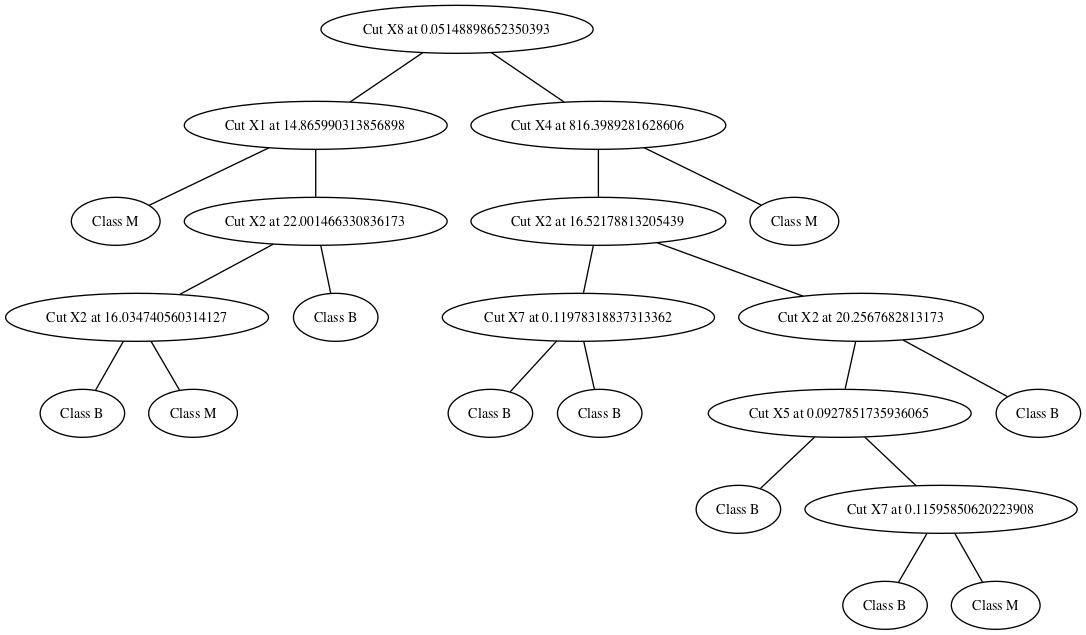
Before: tree.gv.png, a diagram exported from Graphviz (realTaiYang/decision_tree). Its source is kept beside it as tree.gv.
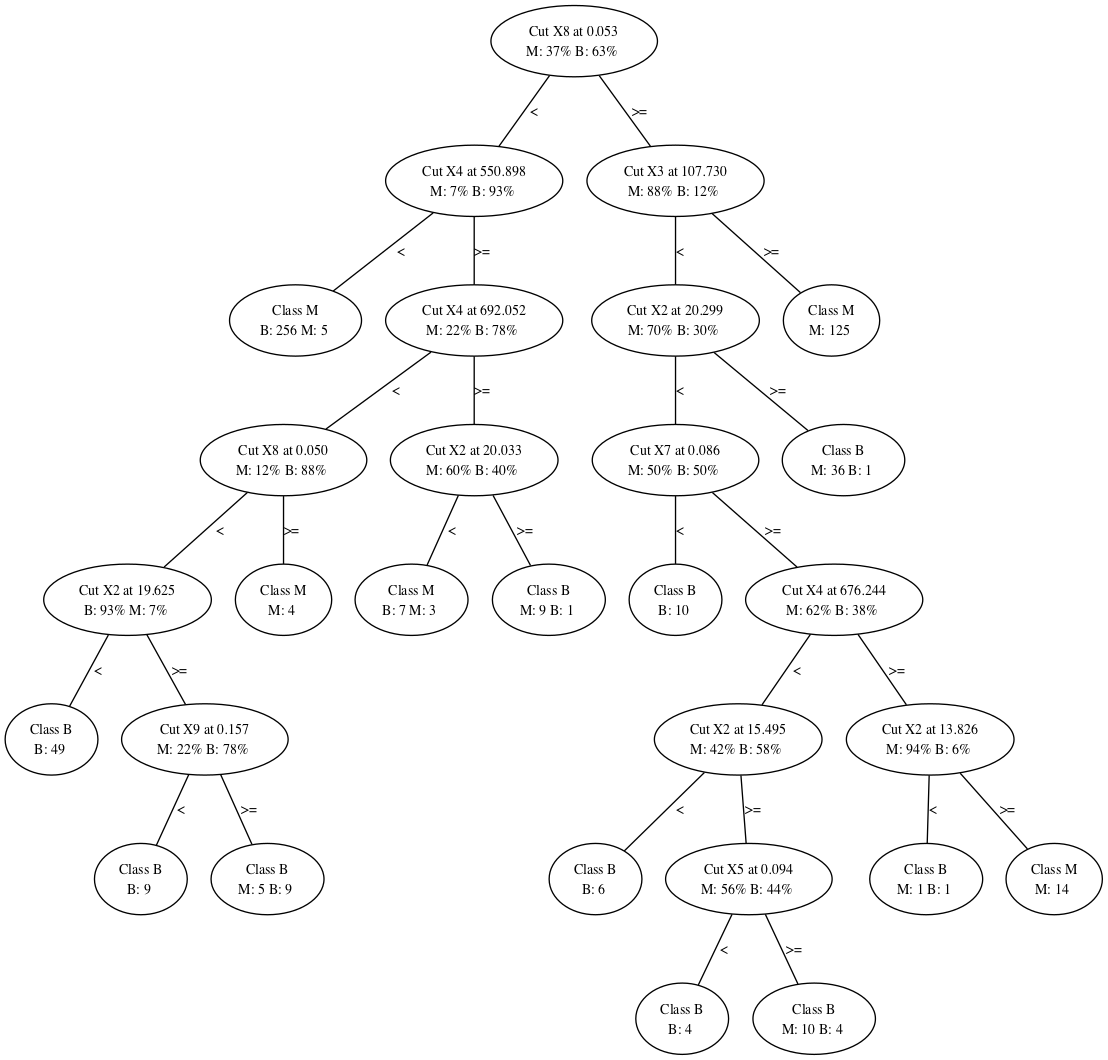
After the change.

Diff of the diagram source:
```diff
@@ -1,43 +1,88 @@
 graph {
-	1 [label="Cut X8 at 0.05148898652350393"]
-	2 [label="Cut X1 at 14.865990313856898"]
-	4 [label="Class M"]
-	5 [label="Cut X2 at 22.001466330836173"]
-	10 [label="Cut X2 at 16.034740560314127"]
-	20 [label="Class B"]
-	21 [label="Class M"]
-	11 [label="Class B"]
-	3 [label="Cut X4 at 816.3989281628606"]
-	6 [label="Cut X2 at 16.52178813205439"]
-	12 [label="Cut X7 at 0.11978318837313362"]
-	24 [label="Class B"]
-	25 [label="Class B"]
-	13 [label="Cut X2 at 20.2567682813173"]
-	26 [label="Cut X5 at 0.0927851735936065"]
-	52 [label="Class B"]
-	53 [label="Cut X7 at 0.11595850620223908"]
-	106 [label="Class B"]
-	107 [label="Class M"]
-	27 [label="Class B"]
-	7 [label="Class M"]
-	1 -- 2
-	1 -- 3
-	2 -- 4
-	2 -- 5
-	5 -- 10
-	5 -- 11
-	10 -- 20
-	10 -- 21
-	3 -- 6
-	3 -- 7
-	6 -- 12
-	6 -- 13
-	12 -- 24
-	12 -- 25
-	13 -- 26
-	13 -- 27
-	26 -- 52
-	26 -- 53
-	53 -- 106
-	53 -- 107
+	1 [label="Cut X8 at 0.053
+M: 37% B: 63% "]
+	2 [label="Cut X4 at 550.898
+M: 7% B: 93% "]
+	4 [label="Class M
+B: 256 M: 5 "]
+	5 [label="Cut X4 at 692.052
+M: 22% B: 78% "]
+	10 [label="Cut X8 at 0.050
+M: 12% B: 88% "]
+	20 [label="Cut X2 at 19.625
+B: 93% M: 7% "]
+	40 [label="Class B
+B: 49 "]
+	41 [label="Cut X9 at 0.157
+M: 22% B: 78% "]
+	82 [label="Class B
+B: 9 "]
+	83 [label="Class B
+M: 5 B: 9 "]
+	21 [label="Class M
+M: 4 "]
+	11 [label="Cut X2 at 20.033
+M: 60% B: 40% "]
+	22 [label="Class M
+B: 7 M: 3 "]
+	23 [label="Class B
+M: 9 B: 1 "]
+	3 [label="Cut X3 at 107.730
+M: 88% B: 12% "]
+	6 [label="Cut X2 at 20.299
+M: 70% B: 30% "]
+	12 [label="Cut X7 at 0.086
+M: 50% B: 50% "]
+	24 [label="Class B
+B: 10 "]
+	25 [label="Cut X4 at 676.244
+M: 62% B: 38% "]
+	50 [label="Cut X2 at 15.495
+M: 42% B: 58% "]
+	100 [label="Class B
+B: 6 "]
+	101 [label="Cut X5 at 0.094
+M: 56% B: 44% "]
+	202 [label="Class B
+B: 4 "]
+	203 [label="Class B
+M: 10 B: 4 "]
+	51 [label="Cut X2 at 13.826
+M: 94% B: 6% "]
+	102 [label="Class B
+M: 1 B: 1 "]
+	103 [label="Class M
+M: 14 "]
+	13 [label="Class B
+M: 36 B: 1 "]
+	7 [label="Class M
+M: 125 "]
+	1 -- 2 [label="<"]
+	1 -- 3 [label=">="]
+	2 -- 4 [label="<"]
+	2 -- 5 [label=">="]
+	5 -- 10 [label="<"]
+	5 -- 11 [label=">="]
+	10 -- 20 [label="<"]
+	10 -- 21 [label=">="]
+	20 -- 40 [label="<"]
+	20 -- 41 [label=">="]
+	41 -- 82 [label="<"]
+	41 -- 83 [label=">="]
+	11 -- 22 [label="<"]
+	11 -- 23 [label=">="]
+	3 -- 6 [label="<"]
+	3 -- 7 [label=">="]
+	6 -- 12 [label="<"]
+	6 -- 13 [label=">="]
+	12 -- 24 [label="<"]
+	12 -- 25 [label=">="]
+	25 -- 50 [label="<"]
+	25 -- 51 [label=">="]
+	50 -- 100 [label="<"]
+	50 -- 101 [label=">="]
+	101 -- 202 [label="<"]
+	101 -- 203 [label=">="]
+	51 -- 102 [label="<"]
+	51 -- 103 [label=">="]
 }
```
